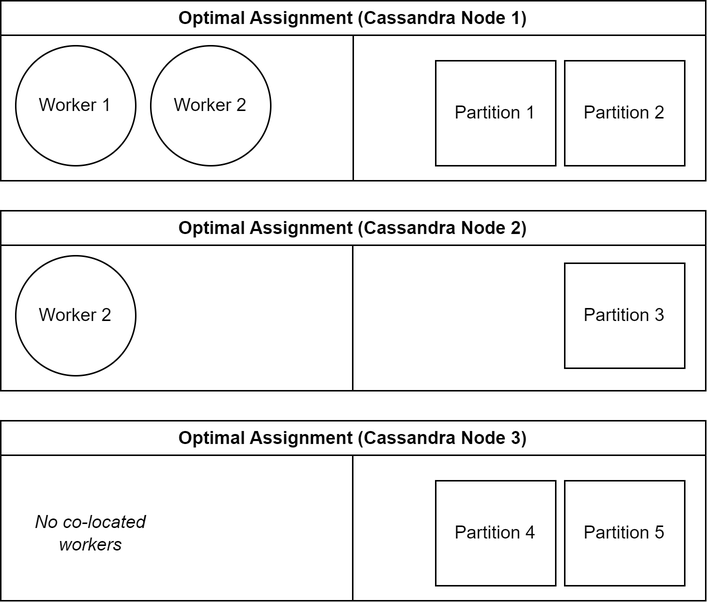
Above: report/chapters/diagrams/implementation/optimal-assignment-example.png in oliver-little/final-year-project (draw.io), before the change. Source tidied: cells renumbered, new cells last; positions are measured from the earlier drawing's top-left corner, leaving out a move shared by most shapes.
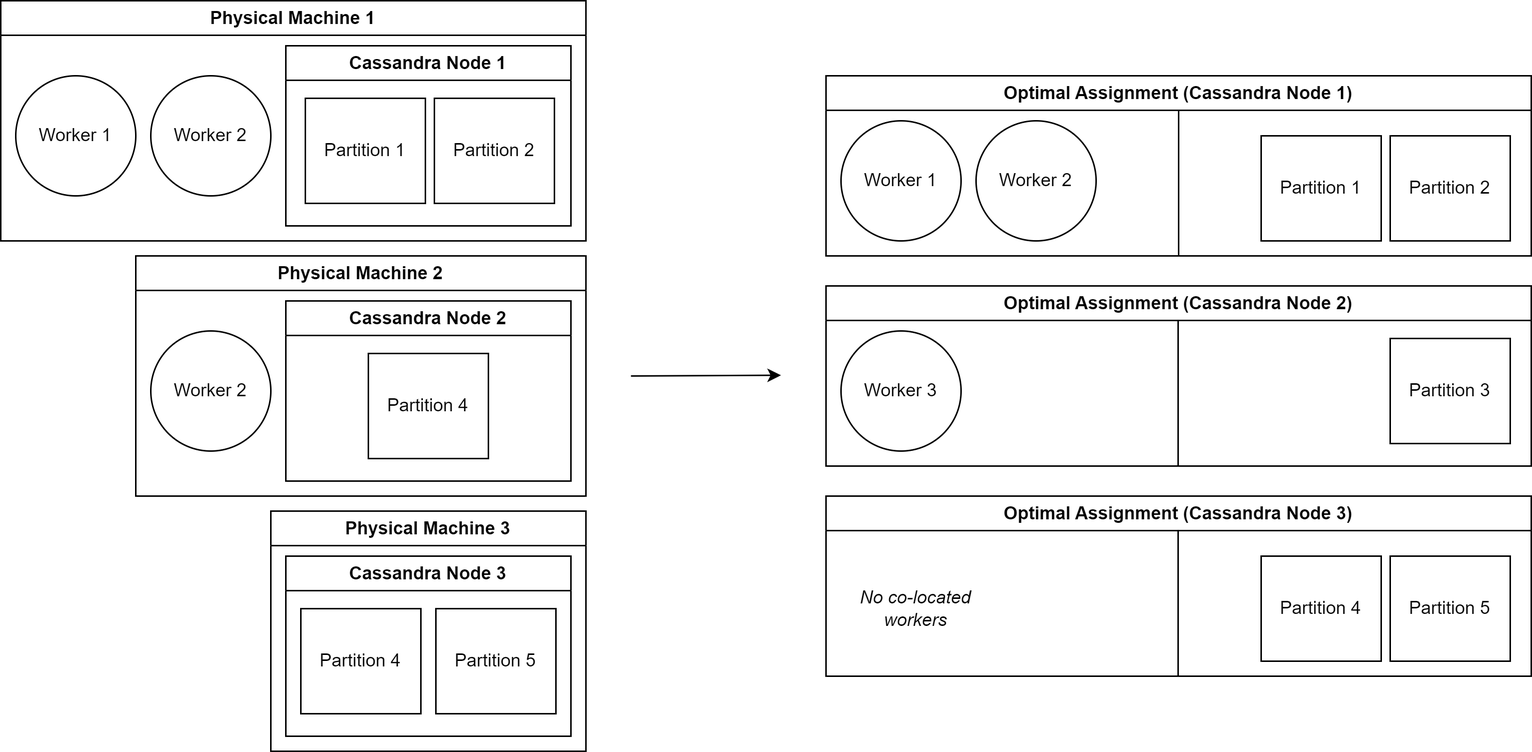
The same file after the commit.

Diff of the diagram source:
```diff
@@ -20,7 +20,7 @@
     <mxCell id="7" value="Optimal Assignment (Cassandra Node 2)" style="swimlane;whiteSpace=wrap;html=1;" parent="1" vertex="1">
       <mxGeometry y="140" width="470" height="120" as="geometry" />
     </mxCell>
-    <mxCell id="8" value="Worker 2" style="ellipse;whiteSpace=wrap;html=1;" parent="7" vertex="1">
+    <mxCell id="8" value="Worker 3" style="ellipse;whiteSpace=wrap;html=1;" parent="7" vertex="1">
       <mxGeometry x="10" y="30" width="80" height="80" as="geometry" />
     </mxCell>
     <mxCell id="9" value="Partition 3" style="rounded=0;whiteSpace=wrap;html=1;" parent="7" vertex="1">
@@ -55,5 +55,53 @@
         <mxPoint x="235" y="23" as="targetPoint" />
       </mxGeometry>
     </mxCell>
+    <mxCell id="17" value="Physical Machine 3" style="swimlane;whiteSpace=wrap;html=1;" parent="1" vertex="1">
+      <mxGeometry x="-370" y="290" width="210" height="160" as="geometry" />
+    </mxCell>
+    <mxCell id="18" value="Cassandra Node 3" style="swimlane;whiteSpace=wrap;html=1;" parent="17" vertex="1">
+      <mxGeometry x="10" y="30" width="190" height="120" as="geometry" />
+    </mxCell>
+    <mxCell id="19" value="Partition 4" style="rounded=0;whiteSpace=wrap;html=1;" parent="18" vertex="1">
+      <mxGeometry x="10" y="35" width="80" height="70" as="geometry" />
+    </mxCell>
+    <mxCell id="20" value="Partition 5" style="rounded=0;whiteSpace=wrap;html=1;" parent="18" vertex="1">
+      <mxGeometry x="100" y="35" width="80" height="70" as="geometry" />
+    </mxCell>
+    <mxCell id="21" value="Physical Machine 2" style="swimlane;whiteSpace=wrap;html=1;" parent="1" vertex="1">
+      <mxGeometry x="-460" y="120" width="300" height="160" as="geometry" />
+    </mxCell>
+    <mxCell id="22" value="Cassandra Node 2" style="swimlane;whiteSpace=wrap;html=1;startSize=23;" parent="21" vertex="1">
+      <mxGeometry x="100" y="30" width="190" height="120" as="geometry" />
+    </mxCell>
+    <mxCell id="23" value="Partition 4" style="rounded=0;whiteSpace=wrap;html=1;" parent="22" vertex="1">
+      <mxGeometry x="55" y="35" width="80" height="70" as="geometry" />
+    </mxCell>
+    <mxCell id="24" value="Worker 2" style="ellipse;whiteSpace=wrap;html=1;" parent="21" vertex="1">
+      <mxGeometry x="10" y="50" width="80" height="80" as="geometry" />
+    </mxCell>
+    <mxCell id="25" value="Physical Machine 1" style="swimlane;whiteSpace=wrap;html=1;" parent="1" vertex="1">
+      <mxGeometry x="-550" y="-50" width="390" height="160" as="geometry" />
+    </mxCell>
+    <mxCell id="26" value="Cassandra Node 1" style="swimlane;whiteSpace=wrap;html=1;startSize=23;" parent="25" vertex="1">
+      <mxGeometry x="190" y="30" width="190" height="120" as="geometry" />
+    </mxCell>
+    <mxCell id="27" value="Partition 1" style="rounded=0;whiteSpace=wrap;html=1;" parent="26" vertex="1">
+      <mxGeometry x="13" y="35" width="80" height="70" as="geometry" />
+    </mxCell>
+    <mxCell id="28" value="Partition 2" style="rounded=0;whiteSpace=wrap;html=1;" parent="26" vertex="1">
+      <mxGeometry x="99" y="35" width="80" height="70" as="geometry" />
+    </mxCell>
+    <mxCell id="29" value="Worker 2" style="ellipse;whiteSpace=wrap;html=1;fontStyle=0;" parent="25" vertex="1">
+      <mxGeometry x="100" y="50" width="80" height="80" as="geometry" />
+    </mxCell>
+    <mxCell id="30" value="Worker 1" style="ellipse;whiteSpace=wrap;html=1;fontStyle=0;" parent="25" vertex="1">
+      <mxGeometry x="10" y="50" width="80" height="80" as="geometry" />
+    </mxCell>
+    <mxCell id="31" style="endArrow=classic;html=1;rounded=0;" parent="1" edge="1">
+      <mxGeometry relative="1" as="geometry">
+        <mxPoint x="-130" y="200" as="sourcePoint" />
+        <mxPoint x="-30" y="199.5" as="targetPoint" />
+      </mxGeometry>
+    </mxCell>
   </root>
 </mxGraphModel>
```
